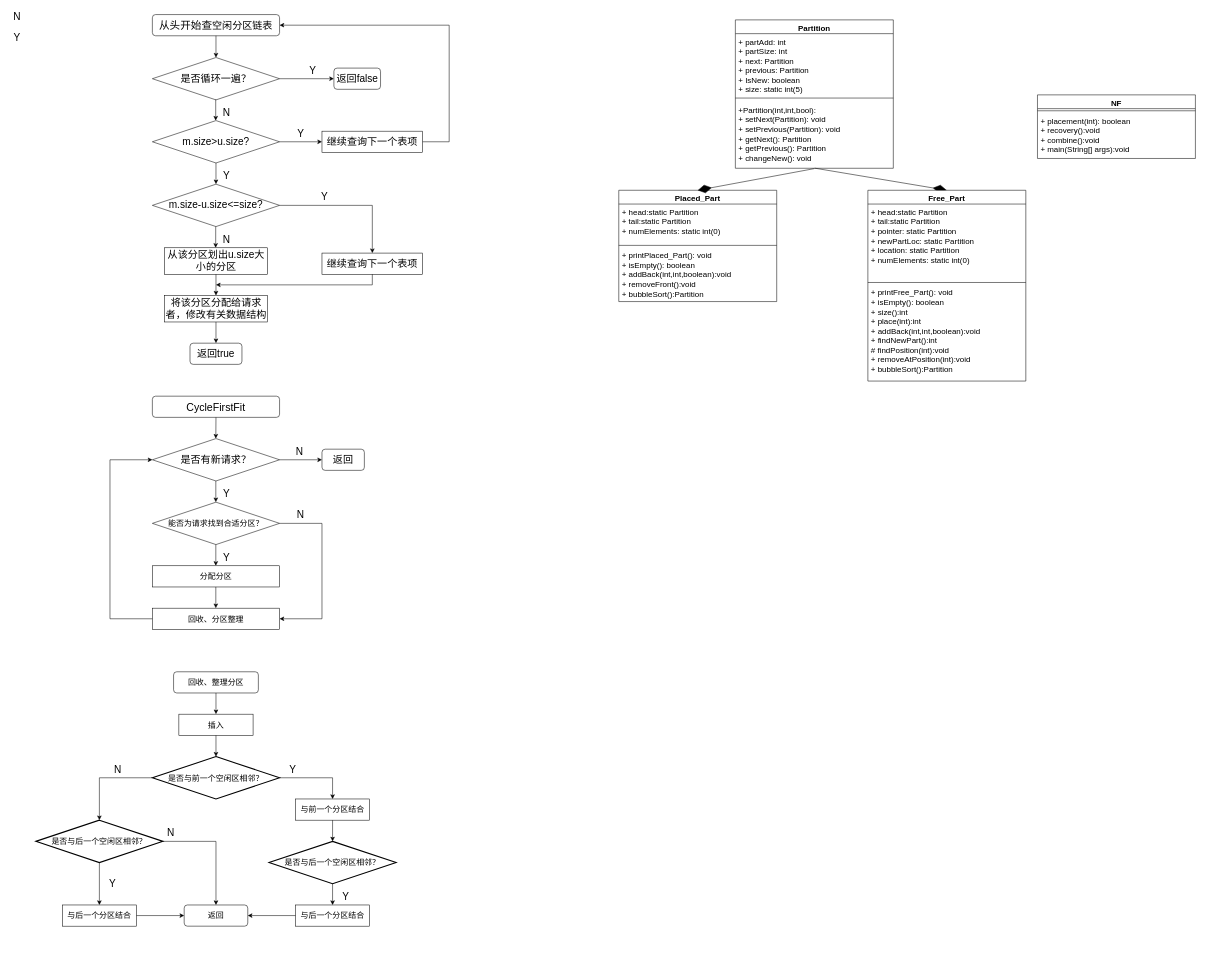
Earlier version of the draw.io diagram DynamicParticipant.drawio (minhuomin/minhuomin.github). Source tidied: cells renumbered, new cells numbered last; positions are measured from the earlier drawing's top-left corner, leaving out a move shared by most shapes. Both pictures are drawn from the tidied source at 53%, with x=0, y=0 at pixel (9, 9).
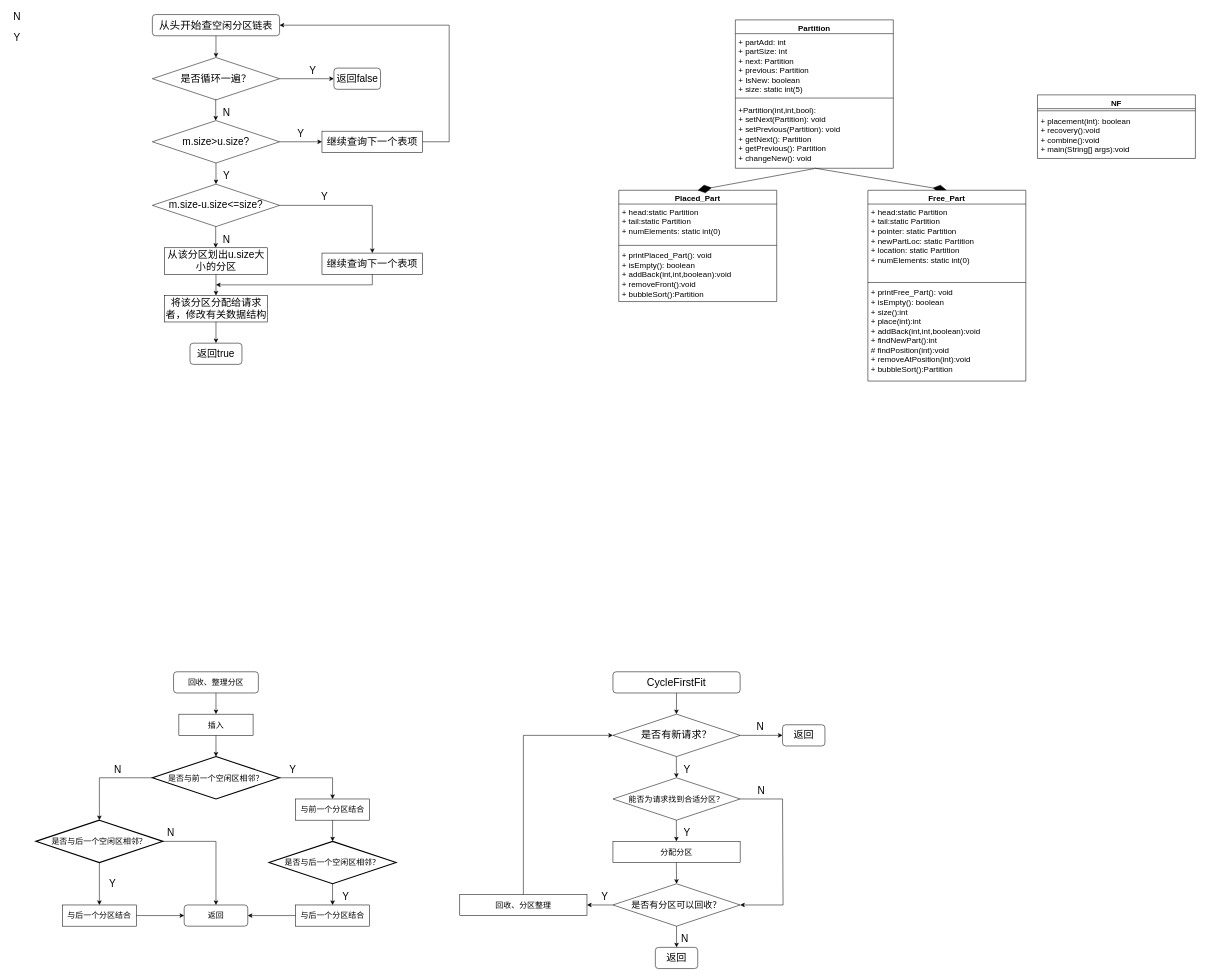
After the change.

The edit, as a diff of the source:
```diff
@@
     <mxCell id="31" value="&lt;span style=&quot;font-size: 20px;&quot;&gt;CycleFirstFit&lt;/span&gt;" style="rounded=1;whiteSpace=wrap;html=1;" parent="1" vertex="1">
-      <mxGeometry x="270" y="730" width="240" height="40" as="geometry" />
+      <mxGeometry x="1139" y="1250" width="240" height="40" as="geometry" />
     </mxCell>
     <mxCell id="32" style="endArrow=classic;html=1;rounded=0;fontSize=19;exitX=0.5;exitY=1;exitDx=0;exitDy=0;entryX=0.5;entryY=0;entryDx=0;entryDy=0;" parent="1" edge="1" source="31">
       <mxGeometry relative="1" as="geometry">
-        <mxPoint x="389.7" y="810" as="targetPoint" />
+        <mxPoint x="1258.7" y="1330" as="targetPoint" />
       </mxGeometry>
     </mxCell>
     <mxCell id="33" value="是否有新请求？" style="rhombus;whiteSpace=wrap;html=1;fontSize=19;" parent="1" vertex="1">
-      <mxGeometry x="270" y="810" width="240" height="80" as="geometry" />
+      <mxGeometry x="1139" y="1330" width="240" height="80" as="geometry" />
     </mxCell>
     <mxCell id="34" style="endArrow=classic;html=1;rounded=0;fontSize=19;exitX=1;exitY=0.5;exitDx=0;exitDy=0;" parent="1" edge="1">
       <mxGeometry relative="1" as="geometry">
-        <mxPoint x="510" y="850" as="sourcePoint" />
-        <mxPoint x="590" y="850" as="targetPoint" />
+        <mxPoint x="1379" y="1370" as="sourcePoint" />
+        <mxPoint x="1459" y="1370" as="targetPoint" />
       </mxGeometry>
     </mxCell>
     <mxCell id="35" value="返回" style="rounded=1;whiteSpace=wrap;html=1;fontSize=19;" parent="1" vertex="1">
-      <mxGeometry x="590" y="830" width="80" height="40" as="geometry" />
+      <mxGeometry x="1459" y="1350" width="80" height="40" as="geometry" />
     </mxCell>
     <mxCell id="36" value="N" style="text;html=1;strokeColor=none;fillColor=none;align=center;verticalAlign=middle;whiteSpace=wrap;rounded=0;fontSize=19;" parent="1" vertex="1">
-      <mxGeometry x="532.5" y="820" width="30" height="30" as="geometry" />
+      <mxGeometry x="1401.5" y="1340" width="30" height="30" as="geometry" />
     </mxCell>
     <mxCell id="37" style="endArrow=classic;html=1;rounded=0;fontSize=19;exitX=0.5;exitY=1;exitDx=0;exitDy=0;entryX=0.5;entryY=0;entryDx=0;entryDy=0;" parent="1" edge="1">
       <mxGeometry relative="1" as="geometry">
-        <mxPoint x="389.7" y="890" as="sourcePoint" />
-        <mxPoint x="389.7" y="930" as="targetPoint" />
+        <mxPoint x="1258.7" y="1410" as="sourcePoint" />
+        <mxPoint x="1258.7" y="1450" as="targetPoint" />
       </mxGeometry>
     </mxCell>
     <mxCell id="38" value="Y" style="text;html=1;strokeColor=none;fillColor=none;align=center;verticalAlign=middle;whiteSpace=wrap;rounded=0;fontSize=19;" parent="1" vertex="1">
-      <mxGeometry x="395" y="900" width="30" height="30" as="geometry" />
+      <mxGeometry x="1264" y="1420" width="30" height="30" as="geometry" />
     </mxCell>
     <mxCell id="39" value="&lt;font style=&quot;font-size: 15px;&quot;&gt;能否为请求找到合适分区？&lt;/font&gt;" style="rhombus;whiteSpace=wrap;html=1;fontSize=19;" parent="1" vertex="1">
-      <mxGeometry x="270" y="930" width="240" height="80" as="geometry" />
+      <mxGeometry x="1139" y="1450" width="240" height="80" as="geometry" />
     </mxCell>
-    <mxCell id="40" style="endArrow=classic;html=1;rounded=0;fontSize=19;exitX=1;exitY=0.5;exitDx=0;exitDy=0;entryX=1;entryY=0.5;entryDx=0;entryDy=0;" parent="1" edge="1" target="45">
+    <mxCell id="40" style="endArrow=classic;html=1;rounded=0;fontSize=19;exitX=1;exitY=0.5;exitDx=0;exitDy=0;entryX=1;entryY=0.5;entryDx=0;entryDy=0;" parent="1" edge="1" target="89">
       <mxGeometry relative="1" as="geometry">
-        <mxPoint x="510" y="970" as="sourcePoint" />
+        <mxPoint x="1379" y="1490" as="sourcePoint" />
         <Array as="points">
-          <mxPoint x="590" y="970" />
-          <mxPoint x="590" y="1150" />
+          <mxPoint x="1459" y="1490" />
+          <mxPoint x="1460" y="1690" />
         </Array>
       </mxGeometry>
     </mxCell>
     <mxCell id="41" style="endArrow=classic;html=1;rounded=0;fontSize=19;exitX=0.5;exitY=1;exitDx=0;exitDy=0;entryX=0.5;entryY=0;entryDx=0;entryDy=0;" parent="1" edge="1">
       <mxGeometry relative="1" as="geometry">
-        <mxPoint x="389.7" y="1010" as="sourcePoint" />
-        <mxPoint x="389.7" y="1050" as="targetPoint" />
+        <mxPoint x="1258.7" y="1530" as="sourcePoint" />
+        <mxPoint x="1258.7" y="1570" as="targetPoint" />
       </mxGeometry>
     </mxCell>
     <mxCell id="42" value="Y" style="text;html=1;strokeColor=none;fillColor=none;align=center;verticalAlign=middle;whiteSpace=wrap;rounded=0;fontSize=19;" parent="1" vertex="1">
-      <mxGeometry x="395" y="1020" width="30" height="30" as="geometry" />
+      <mxGeometry x="1264" y="1540" width="30" height="30" as="geometry" />
     </mxCell>
     <mxCell id="43" value="分配分区" style="rounded=0;whiteSpace=wrap;html=1;fontSize=15;" parent="1" vertex="1">
-      <mxGeometry x="270" y="1050" width="240" height="40" as="geometry" />
+      <mxGeometry x="1139" y="1570" width="240" height="40" as="geometry" />
     </mxCell>
-    <mxCell id="44" style="endArrow=classic;html=1;rounded=0;fontSize=19;exitX=0.5;exitY=1;exitDx=0;exitDy=0;entryX=0.5;entryY=0;entryDx=0;entryDy=0;" parent="1" edge="1">
+    <mxCell id="44" style="endArrow=classic;html=1;rounded=0;fontSize=19;exitX=0.5;exitY=1;exitDx=0;exitDy=0;entryX=0.5;entryY=0;entryDx=0;entryDy=0;" parent="1" edge="1" target="89">
       <mxGeometry relative="1" as="geometry">
-        <mxPoint x="389.7" y="1090" as="sourcePoint" />
-        <mxPoint x="389.7" y="1130" as="targetPoint" />
+        <mxPoint x="1258.7" y="1610" as="sourcePoint" />
       </mxGeometry>
     </mxCell>
     <mxCell id="45" value="回收、分区整理" style="rounded=0;whiteSpace=wrap;html=1;fontSize=15;" parent="1" vertex="1">
-      <mxGeometry x="270" y="1130" width="240" height="40" as="geometry" />
+      <mxGeometry x="850" y="1670" width="240" height="40" as="geometry" />
     </mxCell>
-    <mxCell id="46" style="endArrow=classic;html=1;rounded=0;fontSize=19;exitX=0;exitY=0.5;exitDx=0;exitDy=0;entryX=0;entryY=0.5;entryDx=0;entryDy=0;" parent="1" edge="1" source="45" target="33">
-      <mxGeometry relative="1" as="geometry">
-        <Array as="points">
-          <mxPoint x="190" y="1150" />
-          <mxPoint x="190" y="850" />
-        </Array>
-      </mxGeometry>
-    </mxCell>
     <mxCell id="47" value="N" style="text;html=1;strokeColor=none;fillColor=none;align=center;verticalAlign=middle;whiteSpace=wrap;rounded=0;fontSize=19;" parent="1" vertex="1">
-      <mxGeometry x="535" y="940" width="30" height="30" as="geometry" />
+      <mxGeometry x="1404" y="1460" width="30" height="30" as="geometry" />
     </mxCell>
@@
+    <mxCell id="89" value="&lt;font style=&quot;font-size: 17px;&quot;&gt;是否有分区可以回收？&lt;/font&gt;" style="rhombus;whiteSpace=wrap;html=1;fontSize=19;" parent="1" vertex="1">
+      <mxGeometry x="1139" y="1650" width="240" height="80" as="geometry" />
+    </mxCell>
+    <mxCell id="46" style="endArrow=classic;html=1;rounded=0;fontSize=17;exitX=0.5;exitY=0;exitDx=0;exitDy=0;entryX=0;entryY=0.5;entryDx=0;entryDy=0;" parent="1" edge="1" source="45" target="33">
+      <mxGeometry relative="1" as="geometry">
+        <Array as="points">
+          <mxPoint x="970" y="1370" />
+        </Array>
+      </mxGeometry>
+    </mxCell>
+    <mxCell id="90" style="endArrow=classic;html=1;rounded=0;fontSize=17;entryX=1;entryY=0.5;entryDx=0;entryDy=0;exitX=0;exitY=0.5;exitDx=0;exitDy=0;" parent="1" edge="1" source="89" target="45">
+      <mxGeometry relative="1" as="geometry" />
+    </mxCell>
+    <mxCell id="91" value="Y" style="text;html=1;strokeColor=none;fillColor=none;align=center;verticalAlign=middle;whiteSpace=wrap;rounded=0;fontSize=19;" parent="1" vertex="1">
+      <mxGeometry x="1109" y="1660" width="30" height="30" as="geometry" />
+    </mxCell>
+    <mxCell id="92" style="endArrow=classic;html=1;rounded=0;fontSize=19;exitX=0.5;exitY=1;exitDx=0;exitDy=0;entryX=0.5;entryY=0;entryDx=0;entryDy=0;" parent="1" edge="1" source="89" target="94">
+      <mxGeometry relative="1" as="geometry" />
+    </mxCell>
+    <mxCell id="93" value="N" style="text;html=1;strokeColor=none;fillColor=none;align=center;verticalAlign=middle;whiteSpace=wrap;rounded=0;fontSize=19;" parent="1" vertex="1">
+      <mxGeometry x="1260" y="1740" width="30" height="30" as="geometry" />
+    </mxCell>
+    <mxCell id="94" value="返回" style="rounded=1;whiteSpace=wrap;html=1;fontSize=19;" parent="1" vertex="1">
+      <mxGeometry x="1219" y="1770" width="80" height="40" as="geometry" />
+    </mxCell>
```
